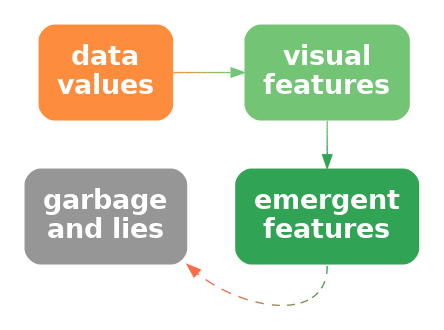
Before: Diagrams/data-vis-vis-lie.png, a diagram exported from Graphviz (pmur002/hdvw). Its source is kept beside it as Diagrams/data-vis-vis-lie.dot.
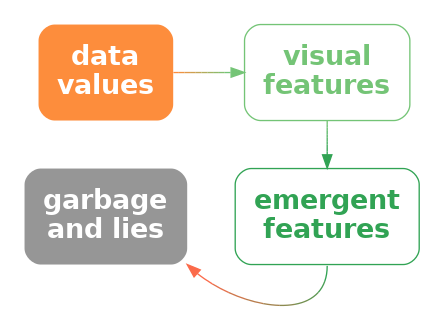
After the change.

Diff of the diagram source:
```diff
@@ -4,12 +4,12 @@
   data [ label="data\nvalues"; shape=box; style="filled, rounded"; penwidth=0; fontcolor=white; fillcolor="#FD8D3C" ]
   lie [ label="garbage\nand lies"; shape=box; style="filled, rounded"; penwidth=0; fontcolor=white; fillcolor="#969696" ]
   vis [ label="visual\nfeatures"; shape=box;
-     style="filled, rounded"; penwidth=0; fontcolor=white; fillcolor="#74C476" ]
+     style="rounded"; color="#74C476"; fontcolor="#74C476" ]
   add [ label="emergent\nfeatures"; shape=box;
-     style="filled, rounded"; penwidth=0; fontcolor=white; fillcolor="#31A354" ]
-  data -> vis [ color="#FD8D3C;0.1:#EE9342;0.1:#DF9949;0.1:#CF9F4F;0.1:#C0A556;0.1:#B1AC5C;0.1:#A2B263;0.1:#92B869;0.1:#83BE70;0.1:#74C476;0.1" ]
-  vis -> add [ color="#74C476;0.1:#6DC072;0.1:#65BD6E;0.1:#5EB96B;0.1:#56B567;0.1:#4FB263;0.1:#47AE5F;0.1:#40AA5C;0.1:#38A758;0.1:#31A354;0.1" ]
-  add:s -> lie:se [ style="dashed", color="#31A354;0.1:#479D53;0.1:#5E9652;0.1:#749051;0.1:#8B8A50;0.1:#A1834E;0.1:#B87D4D;0.1:#CE774C;0.1:#E5704B;0.1:#FB6A4A;0.1" ]
+     style="rounded"; color="#31A354"; fontcolor="#31A354" ]
+  data -> vis [ style="bold"; penwidth=1; color="#FD8D3C;0.1:#EE9342;0.1:#DF9949;0.1:#CF9F4F;0.1:#C0A556;0.1:#B1AC5C;0.1:#A2B263;0.1:#92B869;0.1:#83BE70;0.1:#74C476;0.1" ]
+  vis -> add [ style="solid", color="#74C476;0.1:#6DC072;0.1:#65BD6E;0.1:#5EB96B;0.1:#56B567;0.1:#4FB263;0.1:#47AE5F;0.1:#40AA5C;0.1:#38A758;0.1:#31A354;0.1" ]
+  add:s -> lie:se [ style="solid", color="#31A354;0.1:#479D53;0.1:#5E9652;0.1:#749051;0.1:#8B8A50;0.1:#A1834E;0.1:#B87D4D;0.1:#CE774C;0.1:#E5704B;0.1:#FB6A4A;0.1" ]
 { rank=same; data, lie }
 { rank=same; vis, add }
 }
```
